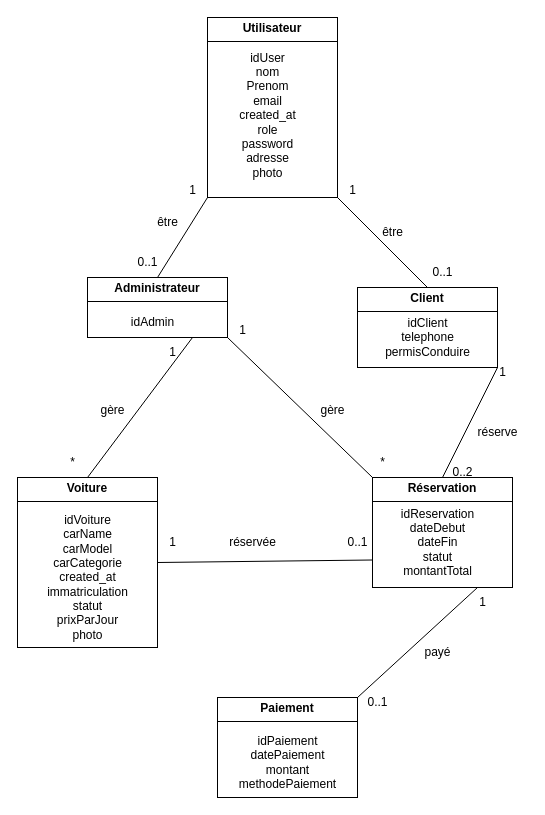
Marcel-Fassou-28/rentcar_project keeps this draw.io diagram as conception/db-model.drawio. Above is the earlier version. Source tidied: cells renumbered, new cells numbered last; positions are measured from the earlier drawing's top-left corner, leaving out a move shared by most shapes. Both pictures are drawn from the tidied source at 100%, with x=0, y=0 at pixel (17, 17).
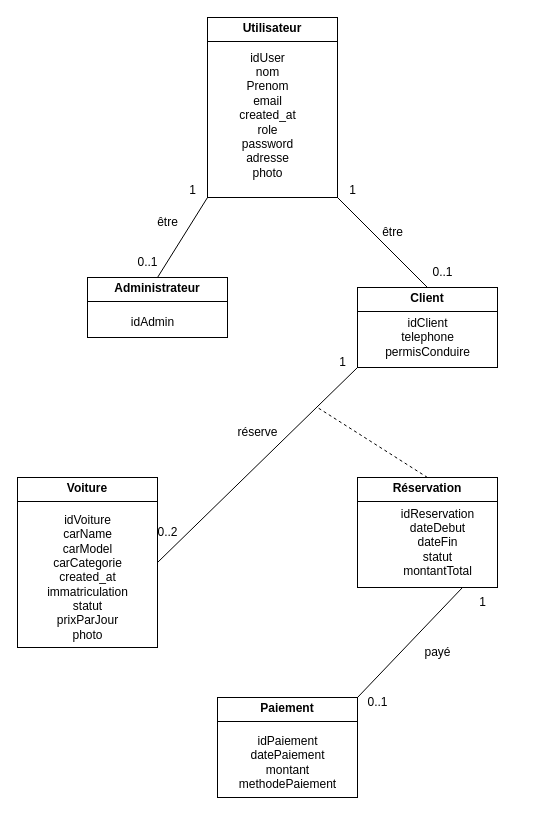
The same page after the edit.

Unchanged cells that the change refers to:
```xml
<mxCell id="3" value="&lt;p style=&quot;margin:0px;margin-top:4px;text-align:center;&quot;&gt;&lt;b&gt;Administrateur&lt;/b&gt;&lt;/p&gt;&lt;hr size=&quot;1&quot; style=&quot;border-style:solid;&quot;&gt;&lt;div style=&quot;height:2px;&quot;&gt;&lt;/div&gt;" style="verticalAlign=top;align=left;overflow=fill;html=1;whiteSpace=wrap;" parent="1" vertex="1">
  <mxGeometry x="70" y="260" width="140" height="60" as="geometry" />
</mxCell>
<mxCell id="4" value="&lt;p style=&quot;margin:0px;margin-top:4px;text-align:center;&quot;&gt;&lt;b&gt;Client&lt;/b&gt;&lt;/p&gt;&lt;hr size=&quot;1&quot; style=&quot;border-style:solid;&quot;&gt;&lt;div style=&quot;height:2px;&quot;&gt;&lt;/div&gt;" style="verticalAlign=top;align=left;overflow=fill;html=1;whiteSpace=wrap;" parent="1" vertex="1">
  <mxGeometry x="340" y="270" width="140" height="80" as="geometry" />
</mxCell>
<mxCell id="5" value="&lt;p style=&quot;margin:0px;margin-top:4px;text-align:center;&quot;&gt;&lt;b&gt;Voiture&lt;/b&gt;&lt;/p&gt;&lt;hr size=&quot;1&quot; style=&quot;border-style:solid;&quot;&gt;&lt;div style=&quot;height:2px;&quot;&gt;&lt;/div&gt;" style="verticalAlign=top;align=left;overflow=fill;html=1;whiteSpace=wrap;" parent="1" vertex="1">
  <mxGeometry y="460" width="140" height="170" as="geometry" />
</mxCell>
```

Change to the diagram source:
```diff
@@
     <mxCell id="6" value="&lt;p style=&quot;margin:0px;margin-top:4px;text-align:center;&quot;&gt;&lt;b&gt;Réservation&lt;/b&gt;&lt;/p&gt;&lt;hr size=&quot;1&quot; style=&quot;border-style:solid;&quot;&gt;&lt;div style=&quot;height:2px;&quot;&gt;&lt;/div&gt;" style="verticalAlign=top;align=left;overflow=fill;html=1;whiteSpace=wrap;" parent="1" vertex="1">
-      <mxGeometry x="355" y="460" width="140" height="110" as="geometry" />
+      <mxGeometry x="340" y="460" width="140" height="110" as="geometry" />
     </mxCell>
@@
-    <mxCell id="16" style="endArrow=none;html=1;exitX=0.5;exitY=0;exitDx=0;exitDy=0;entryX=1;entryY=1;entryDx=0;entryDy=0;" parent="1" edge="1" source="6" target="4">
-      <mxGeometry relative="1" as="geometry" />
+    <mxCell id="16" style="endArrow=none;html=1;exitX=0.5;exitY=0;exitDx=0;exitDy=0;dashed=1;" parent="1" edge="1" source="6">
+      <mxGeometry relative="1" as="geometry">
+        <mxPoint x="300" y="390" as="targetPoint" />
+      </mxGeometry>
     </mxCell>
-    <mxCell id="17" style="endArrow=none;html=1;exitX=0;exitY=0;exitDx=0;exitDy=0;entryX=1;entryY=1;entryDx=0;entryDy=0;" parent="1" edge="1" source="6" target="3">
-      <mxGeometry relative="1" as="geometry" />
-    </mxCell>
-    <mxCell id="18" style="endArrow=none;html=1;exitX=1;exitY=0.5;exitDx=0;exitDy=0;entryX=0;entryY=0.75;entryDx=0;entryDy=0;" parent="1" edge="1" source="5" target="6">
+    <mxCell id="18" style="endArrow=none;html=1;exitX=1;exitY=0.5;exitDx=0;exitDy=0;entryX=0;entryY=1;entryDx=0;entryDy=0;" parent="1" edge="1" source="5" target="4">
       <mxGeometry relative="1" as="geometry" />
     </mxCell>
-    <mxCell id="19" style="endArrow=none;html=1;exitX=0.5;exitY=0;exitDx=0;exitDy=0;entryX=0.75;entryY=1;entryDx=0;entryDy=0;" parent="1" edge="1" source="5" target="3">
-      <mxGeometry relative="1" as="geometry" />
-    </mxCell>
@@
-    <mxCell id="21" value="gère" style="text;html=1;align=center;verticalAlign=middle;strokeColor=none;fillColor=none;" parent="1" vertex="1">
-      <mxGeometry x="70" y="378" width="50" height="30" as="geometry" />
-    </mxCell>
-    <mxCell id="22" value="gère" style="text;html=1;align=center;verticalAlign=middle;strokeColor=none;fillColor=none;" parent="1" vertex="1">
-      <mxGeometry x="290" y="378" width="50" height="30" as="geometry" />
-    </mxCell>
     <mxCell id="23" value="réserve" style="text;html=1;align=center;verticalAlign=middle;strokeColor=none;fillColor=none;" parent="1" vertex="1">
-      <mxGeometry x="450" y="400" width="60" height="30" as="geometry" />
+      <mxGeometry x="210" y="400" width="60" height="30" as="geometry" />
     </mxCell>
@@
-    <mxCell id="25" value="réservée" style="text;html=1;align=center;verticalAlign=middle;strokeColor=none;fillColor=none;" parent="1" vertex="1">
-      <mxGeometry x="200" y="510" width="70" height="30" as="geometry" />
-    </mxCell>
-    <mxCell id="26" value="1" style="text;html=1;align=center;verticalAlign=middle;strokeColor=none;fillColor=none;" parent="1" vertex="1">
-      <mxGeometry x="140" y="320" width="30" height="30" as="geometry" />
-    </mxCell>
     <mxCell id="27" value="1" style="text;html=1;align=center;verticalAlign=middle;strokeColor=none;fillColor=none;" parent="1" vertex="1">
-      <mxGeometry x="470" y="340" width="30" height="30" as="geometry" />
+      <mxGeometry x="310" y="330" width="30" height="30" as="geometry" />
     </mxCell>
-    <mxCell id="28" value="1" style="text;html=1;align=center;verticalAlign=middle;strokeColor=none;fillColor=none;" parent="1" vertex="1">
-      <mxGeometry x="210" y="298" width="30" height="30" as="geometry" />
-    </mxCell>
@@
-    <mxCell id="30" value="1" style="text;html=1;align=center;verticalAlign=middle;strokeColor=none;fillColor=none;" parent="1" vertex="1">
-      <mxGeometry x="140" y="510" width="30" height="30" as="geometry" />
+    <mxCell id="30" value="0..2" style="text;html=1;align=center;verticalAlign=middle;strokeColor=none;fillColor=none;" parent="1" vertex="1">
+      <mxGeometry x="130" y="500" width="40" height="30" as="geometry" />
     </mxCell>
-    <mxCell id="31" value="*" style="text;html=1;align=center;verticalAlign=middle;strokeColor=none;fillColor=none;" parent="1" vertex="1">
-      <mxGeometry x="40" y="430" width="30" height="30" as="geometry" />
-    </mxCell>
-    <mxCell id="32" value="*" style="text;html=1;align=center;verticalAlign=middle;strokeColor=none;fillColor=none;" parent="1" vertex="1">
-      <mxGeometry x="350" y="430" width="30" height="30" as="geometry" />
-    </mxCell>
-    <mxCell id="33" value="0..1" style="text;html=1;align=center;verticalAlign=middle;strokeColor=none;fillColor=none;" parent="1" vertex="1">
-      <mxGeometry x="320" y="510" width="40" height="30" as="geometry" />
-    </mxCell>
-    <mxCell id="34" value="0..2" style="text;html=1;align=center;verticalAlign=middle;strokeColor=none;fillColor=none;" parent="1" vertex="1">
-      <mxGeometry x="425" y="440" width="40" height="30" as="geometry" />
-    </mxCell>
```
